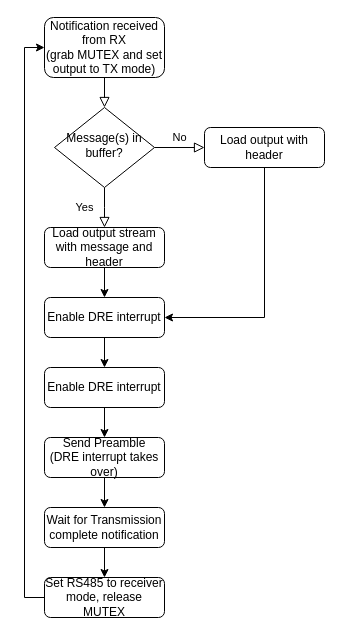
Above: Software/MVP/device TX485 flow chart.drawio in lcq309/ENEL400 (draw.io), before the change. Source tidied: cells renumbered, new cells numbered last; positions are measured from the earlier drawing's top-left corner, leaving out a move shared by most shapes. Both pictures are drawn from the tidied source at 100%, with x=0, y=0 at pixel (44, 17).
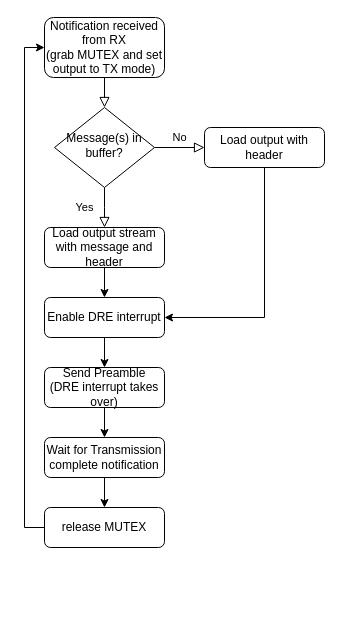
After the change.

Commit message (it also covers changes not shown here):
Slight modification to flow charts

The flow charts have been updated to more accurately reflect the current flow of information

Unchanged cells that the change refers to:
```xml
<mxCell id="12" value="Enable DRE interrupt" style="rounded=1;whiteSpace=wrap;html=1;fontSize=12;glass=0;strokeWidth=1;shadow=0;" parent="1" vertex="1">
  <mxGeometry y="280" width="120" height="40" as="geometry" />
</mxCell>
```

Diff of the diagram source:
```diff
@@
-    <mxCell id="11" style="edgeStyle=orthogonalEdgeStyle;rounded=0;jettySize=auto;html=1;exitX=0.5;exitY=1;exitDx=0;exitDy=0;entryX=0.5;entryY=0;entryDx=0;entryDy=0;" parent="1" edge="1" source="12" target="14">
-      <mxGeometry relative="1" as="geometry" />
+    <mxCell id="11" style="edgeStyle=orthogonalEdgeStyle;rounded=0;jettySize=auto;html=1;exitX=0.5;exitY=1;exitDx=0;exitDy=0;entryX=0.5;entryY=0;entryDx=0;entryDy=0;" parent="1" edge="1" source="12">
+      <mxGeometry relative="1" as="geometry">
+        <mxPoint x="60" y="350" as="targetPoint" />
+      </mxGeometry>
     </mxCell>
@@
-    <mxCell id="13" style="edgeStyle=orthogonalEdgeStyle;rounded=0;jettySize=auto;html=1;exitX=0.5;exitY=1;exitDx=0;exitDy=0;entryX=0.5;entryY=0;entryDx=0;entryDy=0;" parent="1" edge="1" source="14" target="16">
-      <mxGeometry relative="1" as="geometry" />
-    </mxCell>
-    <mxCell id="14" value="Enable DRE interrupt" style="rounded=1;whiteSpace=wrap;html=1;fontSize=12;glass=0;strokeWidth=1;shadow=0;" parent="1" vertex="1">
-      <mxGeometry y="350" width="120" height="40" as="geometry" />
-    </mxCell>
@@
     <mxCell id="16" value="Send Preamble&lt;div&gt;(DRE interrupt takes over)&lt;/div&gt;" style="rounded=1;whiteSpace=wrap;html=1;fontSize=12;glass=0;strokeWidth=1;shadow=0;" parent="1" vertex="1">
-      <mxGeometry y="420" width="120" height="40" as="geometry" />
+      <mxGeometry y="350" width="120" height="40" as="geometry" />
     </mxCell>
@@
     <mxCell id="18" value="Wait for Transmission complete notification" style="rounded=1;whiteSpace=wrap;html=1;fontSize=12;glass=0;strokeWidth=1;shadow=0;" parent="1" vertex="1">
-      <mxGeometry y="490" width="120" height="40" as="geometry" />
+      <mxGeometry y="420" width="120" height="40" as="geometry" />
     </mxCell>
@@
-    <mxCell id="20" value="Set RS485 to receiver mode, release MUTEX" style="rounded=1;whiteSpace=wrap;html=1;fontSize=12;glass=0;strokeWidth=1;shadow=0;" parent="1" vertex="1">
-      <mxGeometry y="560" width="120" height="40" as="geometry" />
+    <mxCell id="20" value="release MUTEX" style="rounded=1;whiteSpace=wrap;html=1;fontSize=12;glass=0;strokeWidth=1;shadow=0;" parent="1" vertex="1">
+      <mxGeometry y="490" width="120" height="40" as="geometry" />
     </mxCell>
```
